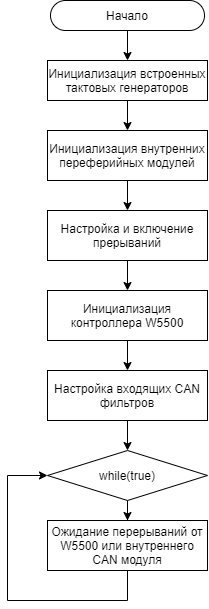
Earlier version of the draw.io export files/pic-рис 15 алгоритм работы шлюза.png (mmm-da/vkr-report). Source tidied: cells renumbered, new cells last; positions are measured from the earlier drawing's top-left corner, leaving out a move shared by most shapes.
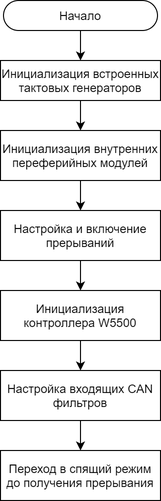
After the commit.

The edit, as a diff of the source:
```diff
@@ -32,29 +32,16 @@
     <mxCell id="11" value="Инициализация контроллера W5500" style="rounded=0;whiteSpace=wrap;html=1;" parent="1" vertex="1">
       <mxGeometry x="40" y="290" width="160" height="50" as="geometry" />
     </mxCell>
-    <mxCell id="12" style="edgeStyle=orthogonalEdgeStyle;rounded=0;jettySize=auto;html=1;entryX=0.5;entryY=0;entryDx=0;entryDy=0;" parent="1" edge="1" source="13" target="15">
-      <mxGeometry relative="1" as="geometry" />
+    <mxCell id="12" style="edgeStyle=orthogonalEdgeStyle;rounded=0;jettySize=auto;html=1;entryX=0.5;entryY=0;entryDx=0;entryDy=0;" parent="1" edge="1" source="13">
+      <mxGeometry relative="1" as="geometry">
+        <mxPoint x="120" y="450" as="targetPoint" />
+      </mxGeometry>
     </mxCell>
     <mxCell id="13" value="Настройка входящих CAN фильтров" style="rounded=0;whiteSpace=wrap;html=1;" parent="1" vertex="1">
       <mxGeometry x="40" y="370" width="160" height="50" as="geometry" />
     </mxCell>
-    <mxCell id="14" style="edgeStyle=orthogonalEdgeStyle;rounded=0;jettySize=auto;html=1;" parent="1" edge="1" source="15" target="17">
-      <mxGeometry relative="1" as="geometry" />
-    </mxCell>
-    <mxCell id="15" value="while(true)" style="rhombus;whiteSpace=wrap;html=1;" parent="1" vertex="1">
-      <mxGeometry x="40" y="450" width="160" height="50" as="geometry" />
-    </mxCell>
-    <mxCell id="16" style="edgeStyle=orthogonalEdgeStyle;rounded=0;jettySize=auto;html=1;entryX=0;entryY=0.5;entryDx=0;entryDy=0;" parent="1" edge="1" source="17" target="15">
-      <mxGeometry relative="1" as="geometry">
-        <Array as="points">
-          <mxPoint x="120" y="600" />
-          <mxPoint y="600" />
-          <mxPoint y="475" />
-        </Array>
-      </mxGeometry>
-    </mxCell>
-    <mxCell id="17" value="Ожидание перерываний от W5500 или внутреннего CAN модуля" style="rounded=0;whiteSpace=wrap;html=1;" parent="1" vertex="1">
-      <mxGeometry x="40" y="520" width="160" height="50" as="geometry" />
-    </mxCell>
+    <mxCell id="18" value="Переход в спящий режим до получения прерывания" style="rounded=0;whiteSpace=wrap;html=1;" parent="1" vertex="1">
+      <mxGeometry x="40" y="450" width="160" height="50" as="geometry" />
+    </mxCell>
   </root>
 </mxGraphModel>
```
